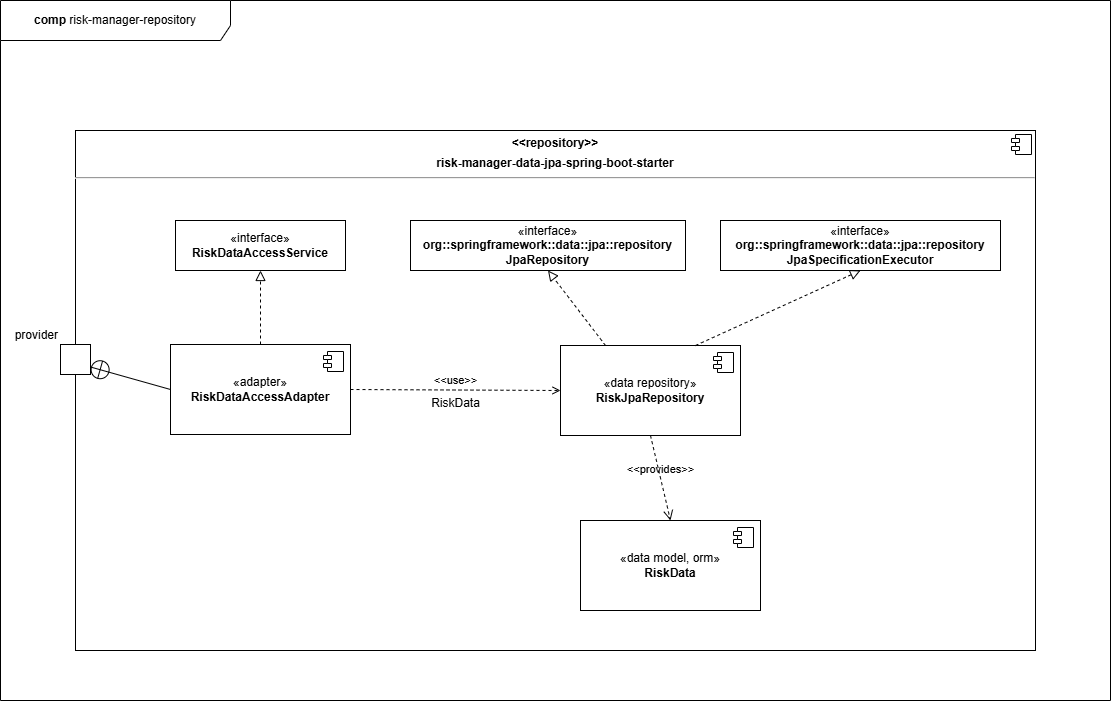
Earlier version of the draw.io export documentation/arc-documentation/images/05_building_block_view/repository/whitebox-risk-manager-data-jpa.drawio.png (stueberm1/riskmanager). Source tidied: cells renumbered, new cells last; positions are measured from the earlier drawing's top-left corner, leaving out a move shared by most shapes.
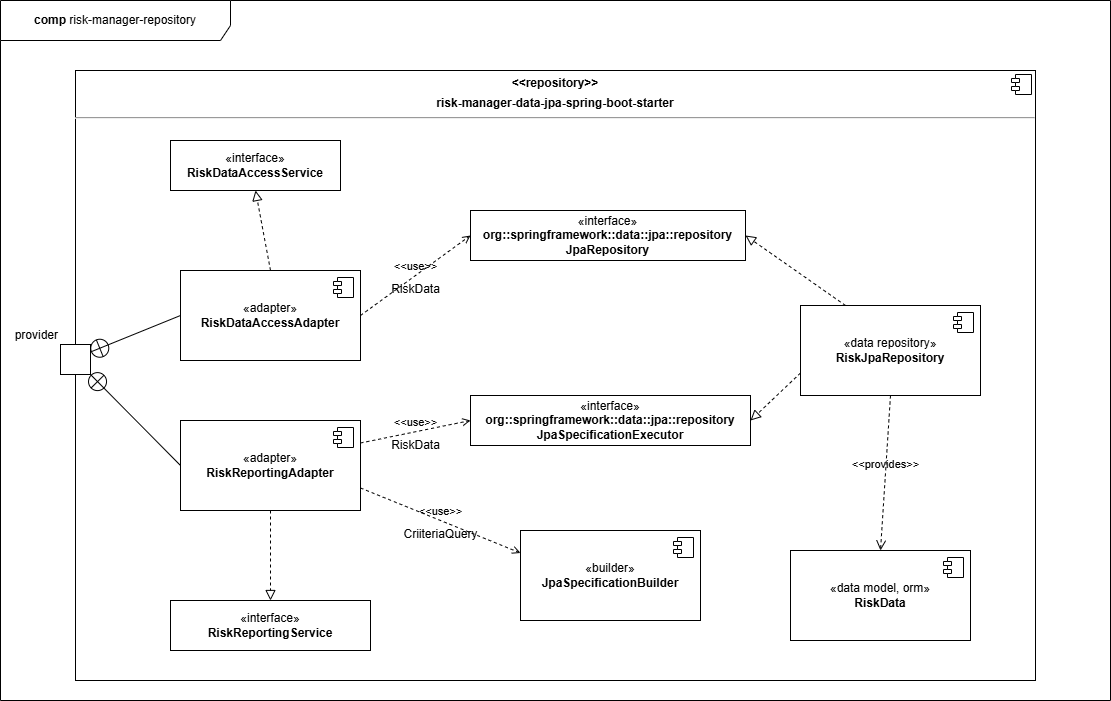
After the commit.

Diff of the diagram source:
```diff
@@ -6,7 +6,7 @@
       <mxGeometry width="1110" height="700" as="geometry" />
     </mxCell>
     <mxCell id="3" value="&lt;p style=&quot;margin:0px;margin-top:6px;text-align:center;&quot;&gt;&lt;b&gt;&amp;lt;&amp;lt;repository&amp;gt;&amp;gt;&lt;/b&gt;&lt;/p&gt;&lt;p style=&quot;margin:0px;margin-top:6px;text-align:center;&quot;&gt;&lt;b&gt;risk-manager-data-jpa-spring-boot-starter&lt;/b&gt;&lt;/p&gt;&lt;hr&gt;&lt;p style=&quot;margin:0px;margin-left:8px;&quot;&gt;&lt;br&gt;&lt;/p&gt;" style="align=left;overflow=fill;html=1;whiteSpace=wrap;" parent="2" vertex="1">
-      <mxGeometry x="75" y="130" width="960" height="520" as="geometry" />
+      <mxGeometry x="75" y="70" width="960" height="610" as="geometry" />
     </mxCell>
     <mxCell id="4" style="shape=component;jettyWidth=8;jettyHeight=4;" parent="3" vertex="1">
       <mxGeometry x="1" width="20" height="20" relative="1" as="geometry">
@@ -17,24 +17,24 @@
       <mxGeometry x="60" y="344" width="30" height="30" as="geometry" />
     </mxCell>
     <mxCell id="6" value="«adapter»&lt;br&gt;&lt;b&gt;RiskDataAccessAdapter&lt;/b&gt;" style="html=1;whiteSpace=wrap;" parent="2" vertex="1">
-      <mxGeometry x="170" y="344" width="180" height="90" as="geometry" />
+      <mxGeometry x="180" y="270" width="180" height="90" as="geometry" />
     </mxCell>
     <mxCell id="7" style="shape=module;jettyWidth=8;jettyHeight=4;" parent="6" vertex="1">
       <mxGeometry x="1" width="20" height="20" relative="1" as="geometry">
         <mxPoint x="-27" y="7" as="offset" />
       </mxGeometry>
     </mxCell>
-    <mxCell id="8" style="endArrow=circlePlus;startArrow=none;endFill=0;startFill=0;endSize=8;html=1;labelBackgroundColor=none;rounded=0;entryX=1;entryY=0.75;entryDx=0;entryDy=0;exitX=0;exitY=0.5;exitDx=0;exitDy=0;" parent="2" edge="1" source="6" target="5">
+    <mxCell id="8" style="endArrow=circlePlus;startArrow=none;endFill=0;startFill=0;endSize=8;html=1;labelBackgroundColor=none;rounded=0;entryX=1;entryY=0.25;entryDx=0;entryDy=0;exitX=0;exitY=0.5;exitDx=0;exitDy=0;" parent="2" edge="1" source="6" target="5">
       <mxGeometry relative="1" as="geometry" />
     </mxCell>
     <mxCell id="9" value="«interface»&lt;br&gt;&lt;b&gt;RiskDataAccessService&lt;/b&gt;" style="html=1;whiteSpace=wrap;" parent="2" vertex="1">
-      <mxGeometry x="175" y="220" width="170" height="50" as="geometry" />
+      <mxGeometry x="170" y="140" width="170" height="50" as="geometry" />
     </mxCell>
     <mxCell id="10" style="endArrow=block;startArrow=none;endFill=0;startFill=0;endSize=8;html=1;verticalAlign=bottom;dashed=1;labelBackgroundColor=none;rounded=0;exitX=0.5;exitY=0;exitDx=0;exitDy=0;entryX=0.5;entryY=1;entryDx=0;entryDy=0;" parent="2" edge="1" source="6" target="9">
       <mxGeometry relative="1" as="geometry" />
     </mxCell>
     <mxCell id="11" value="«data repository»&lt;br&gt;&lt;b&gt;RiskJpaRepository&lt;br&gt;&lt;/b&gt;" style="html=1;whiteSpace=wrap;" parent="2" vertex="1">
-      <mxGeometry x="560" y="345" width="180" height="90" as="geometry" />
+      <mxGeometry x="800" y="305" width="180" height="90" as="geometry" />
     </mxCell>
     <mxCell id="12" style="shape=module;jettyWidth=8;jettyHeight=4;" parent="11" vertex="1">
       <mxGeometry x="1" width="20" height="20" relative="1" as="geometry">
@@ -42,25 +42,25 @@
       </mxGeometry>
     </mxCell>
     <mxCell id="13" value="«interface»&lt;br&gt;&lt;b&gt;org::springframework::data::jpa::repository&lt;br&gt;JpaRepository&lt;br&gt;&lt;/b&gt;" style="html=1;whiteSpace=wrap;" parent="2" vertex="1">
-      <mxGeometry x="410" y="220" width="275" height="50" as="geometry" />
+      <mxGeometry x="470" y="210" width="275" height="50" as="geometry" />
     </mxCell>
     <mxCell id="14" value="«interface»&lt;br&gt;&lt;b&gt;org::springframework::data::jpa::repository&lt;br&gt;JpaSpecificationExecutor&lt;br&gt;&lt;/b&gt;" style="html=1;whiteSpace=wrap;" parent="2" vertex="1">
-      <mxGeometry x="720" y="220" width="280" height="50" as="geometry" />
+      <mxGeometry x="470" y="395" width="280" height="50" as="geometry" />
     </mxCell>
-    <mxCell id="15" style="endArrow=block;startArrow=none;endFill=0;startFill=0;endSize=8;html=1;verticalAlign=bottom;dashed=1;labelBackgroundColor=none;rounded=0;entryX=0.5;entryY=1;entryDx=0;entryDy=0;exitX=0.25;exitY=0;exitDx=0;exitDy=0;" parent="2" edge="1" source="11" target="13">
+    <mxCell id="15" style="endArrow=block;startArrow=none;endFill=0;startFill=0;endSize=8;html=1;verticalAlign=bottom;dashed=1;labelBackgroundColor=none;rounded=0;entryX=1;entryY=0.5;entryDx=0;entryDy=0;exitX=0.25;exitY=0;exitDx=0;exitDy=0;" parent="2" edge="1" source="11" target="13">
       <mxGeometry relative="1" as="geometry" />
     </mxCell>
-    <mxCell id="16" style="endArrow=block;startArrow=none;endFill=0;startFill=0;endSize=8;html=1;verticalAlign=bottom;dashed=1;labelBackgroundColor=none;rounded=0;exitX=0.75;exitY=0;exitDx=0;exitDy=0;entryX=0.5;entryY=1;entryDx=0;entryDy=0;" parent="2" edge="1" source="11" target="14">
+    <mxCell id="16" style="endArrow=block;startArrow=none;endFill=0;startFill=0;endSize=8;html=1;verticalAlign=bottom;dashed=1;labelBackgroundColor=none;rounded=0;exitX=0;exitY=0.75;exitDx=0;exitDy=0;entryX=1;entryY=0.5;entryDx=0;entryDy=0;" parent="2" edge="1" source="11" target="14">
       <mxGeometry relative="1" as="geometry" />
     </mxCell>
-    <mxCell id="17" value="&amp;lt;&amp;lt;use&amp;gt;&amp;gt;" style="endArrow=open;html=1;rounded=0;align=center;verticalAlign=bottom;dashed=1;endFill=0;labelBackgroundColor=none;exitX=1;exitY=0.5;exitDx=0;exitDy=0;entryX=0;entryY=0.5;entryDx=0;entryDy=0;" parent="2" edge="1" source="6" target="11">
+    <mxCell id="17" value="&amp;lt;&amp;lt;use&amp;gt;&amp;gt;" style="endArrow=open;html=1;rounded=0;align=center;verticalAlign=bottom;dashed=1;endFill=0;labelBackgroundColor=none;exitX=1;exitY=0.5;exitDx=0;exitDy=0;entryX=0;entryY=0.5;entryDx=0;entryDy=0;" parent="2" edge="1" source="6" target="13">
       <mxGeometry relative="1" as="geometry" />
     </mxCell>
     <mxCell id="18" value="RiskData" style="html=1;align=center;verticalAlign=top;labelBackgroundColor=none;" parent="17" vertex="1">
       <mxGeometry relative="1" as="geometry" />
     </mxCell>
     <mxCell id="19" value="«data model, orm»&lt;br&gt;&lt;b&gt;RiskData&lt;/b&gt;" style="html=1;whiteSpace=wrap;" parent="2" vertex="1">
-      <mxGeometry x="580" y="520" width="180" height="90" as="geometry" />
+      <mxGeometry x="790" y="550" width="180" height="90" as="geometry" />
     </mxCell>
     <mxCell id="20" style="shape=module;jettyWidth=8;jettyHeight=4;" parent="19" vertex="1">
       <mxGeometry x="1" width="20" height="20" relative="1" as="geometry">
@@ -70,5 +70,42 @@
     <mxCell id="21" value="&amp;lt;&amp;lt;provides&amp;gt;&amp;gt;" style="endArrow=open;startArrow=none;endFill=0;startFill=0;endSize=8;html=1;verticalAlign=bottom;dashed=1;labelBackgroundColor=none;rounded=0;exitX=0.5;exitY=1;exitDx=0;exitDy=0;entryX=0.5;entryY=0;entryDx=0;entryDy=0;" parent="2" edge="1" source="11" target="19">
       <mxGeometry relative="1" as="geometry" />
     </mxCell>
+    <mxCell id="22" value="«interface»&lt;br&gt;&lt;b&gt;RiskReportingService&lt;/b&gt;" style="html=1;whiteSpace=wrap;" parent="2" vertex="1">
+      <mxGeometry x="170" y="600" width="200" height="50" as="geometry" />
+    </mxCell>
+    <mxCell id="23" value="«adapter»&lt;br&gt;&lt;b&gt;RiskReportingAdapter&lt;/b&gt;" style="html=1;whiteSpace=wrap;" parent="2" vertex="1">
+      <mxGeometry x="180" y="420" width="180" height="90" as="geometry" />
+    </mxCell>
+    <mxCell id="24" style="shape=module;jettyWidth=8;jettyHeight=4;" parent="23" vertex="1">
+      <mxGeometry x="1" width="20" height="20" relative="1" as="geometry">
+        <mxPoint x="-27" y="7" as="offset" />
+      </mxGeometry>
+    </mxCell>
+    <mxCell id="25" value="&amp;lt;&amp;lt;use&amp;gt;&amp;gt;" style="endArrow=open;html=1;rounded=0;align=center;verticalAlign=bottom;dashed=1;endFill=0;labelBackgroundColor=none;exitX=1;exitY=0.25;exitDx=0;exitDy=0;entryX=0;entryY=0.5;entryDx=0;entryDy=0;" parent="2" edge="1" source="23" target="14">
+      <mxGeometry relative="1" as="geometry" />
+    </mxCell>
+    <mxCell id="26" value="RiskData" style="html=1;align=center;verticalAlign=top;labelBackgroundColor=none;" parent="25" vertex="1">
+      <mxGeometry relative="1" as="geometry" />
+    </mxCell>
+    <mxCell id="27" style="endArrow=block;startArrow=none;endFill=0;startFill=0;endSize=8;html=1;verticalAlign=bottom;dashed=1;labelBackgroundColor=none;rounded=0;exitX=0.5;exitY=1;exitDx=0;exitDy=0;entryX=0.5;entryY=0;entryDx=0;entryDy=0;" parent="2" edge="1" source="23" target="22">
+      <mxGeometry relative="1" as="geometry" />
+    </mxCell>
+    <mxCell id="28" style="endArrow=circlePlus;startArrow=none;endFill=0;startFill=0;endSize=8;html=1;labelBackgroundColor=none;rounded=0;entryX=1;entryY=1;entryDx=0;entryDy=0;exitX=0;exitY=0.5;exitDx=0;exitDy=0;" parent="2" edge="1" source="23" target="5">
+      <mxGeometry relative="1" as="geometry" />
+    </mxCell>
+    <mxCell id="29" value="«builder»&lt;br&gt;&lt;b&gt;JpaSpecificationBuilder&lt;/b&gt;" style="html=1;whiteSpace=wrap;" parent="2" vertex="1">
+      <mxGeometry x="520" y="530" width="180" height="90" as="geometry" />
+    </mxCell>
+    <mxCell id="30" style="shape=module;jettyWidth=8;jettyHeight=4;" parent="29" vertex="1">
+      <mxGeometry x="1" width="20" height="20" relative="1" as="geometry">
+        <mxPoint x="-27" y="7" as="offset" />
+      </mxGeometry>
+    </mxCell>
+    <mxCell id="31" value="&amp;lt;&amp;lt;use&amp;gt;&amp;gt;" style="endArrow=open;html=1;rounded=0;align=center;verticalAlign=bottom;dashed=1;endFill=0;labelBackgroundColor=none;exitX=1;exitY=0.75;exitDx=0;exitDy=0;entryX=0;entryY=0.25;entryDx=0;entryDy=0;" parent="2" edge="1" source="23" target="29">
+      <mxGeometry relative="1" as="geometry" />
+    </mxCell>
+    <mxCell id="32" value="CriiteriaQuery" style="html=1;align=center;verticalAlign=top;labelBackgroundColor=none;" parent="31" vertex="1">
+      <mxGeometry relative="1" as="geometry" />
+    </mxCell>
   </root>
 </mxGraphModel>
```
